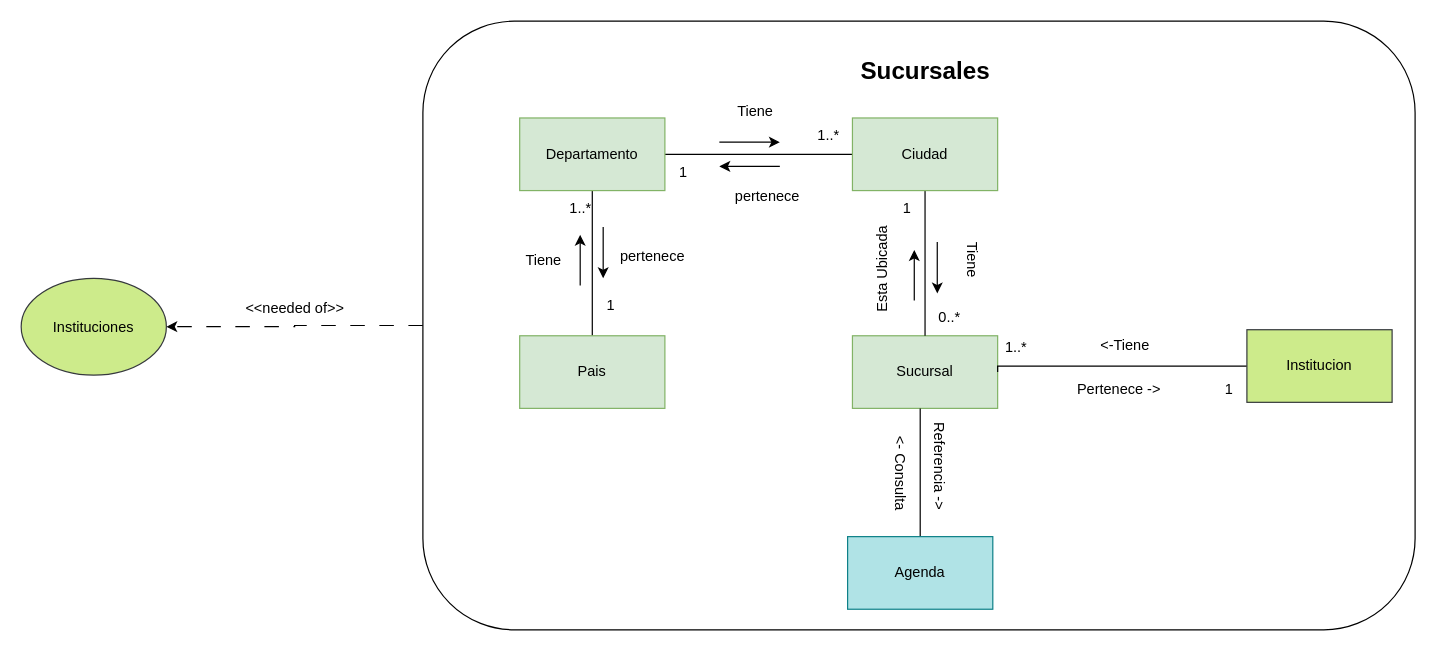
cristianospina/DOO keeps this draw.io diagram as page "4.4 Sucursales-ModeloDominioAcotado" (7 of 16) of SpaOnline/ModeloDominioSpa.drawio. Above is the earlier version. Source tidied: cells renumbered, new cells numbered last; positions are measured from the earlier drawing's top-left corner, leaving out a move shared by most shapes. Both pictures are drawn from the tidied source at 121%, with x=0, y=0 at pixel (21, 21).
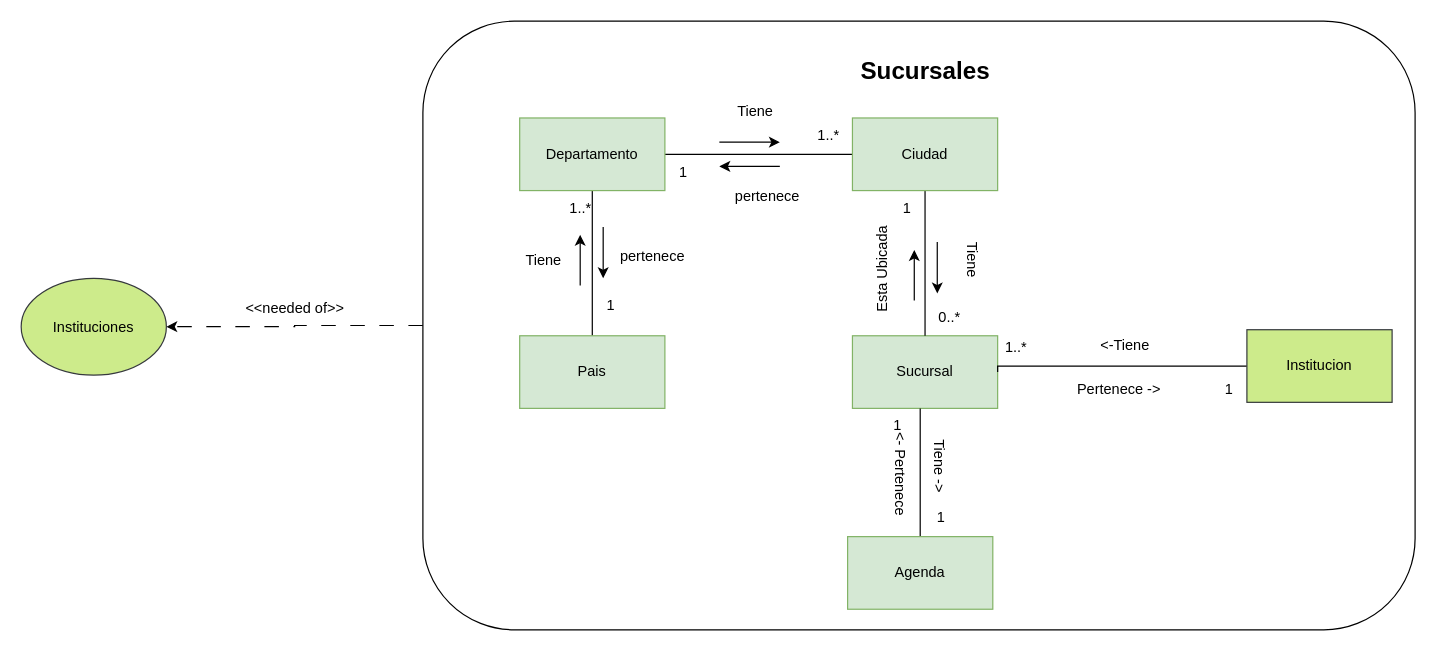
After the change.

Diff of the diagram source:
```diff
@@
-    <mxCell id="39" value="Agenda" style="rounded=0;whiteSpace=wrap;html=1;fillColor=#b0e3e6;strokeColor=#0e8088;" parent="1" vertex="1">
+    <mxCell id="39" value="Agenda" style="rounded=0;whiteSpace=wrap;html=1;fillColor=#d5e8d4;strokeColor=#82b366;" parent="1" vertex="1">
       <mxGeometry x="683" y="426" width="120" height="60" as="geometry" />
     </mxCell>
-    <mxCell id="40" value="&lt;br&gt;&amp;lt;- Consulta" style="text;html=1;align=center;verticalAlign=middle;rotation=90;fillColor=none;" parent="1" vertex="1">
-      <mxGeometry x="695" y="353" width="80" height="41" as="geometry" />
+    <mxCell id="40" value="&lt;br&gt;&amp;lt;- Pertenece" style="text;html=1;align=center;verticalAlign=middle;rotation=90;fillColor=none;" parent="1" vertex="1">
+      <mxGeometry x="692" y="353" width="87" height="41" as="geometry" />
     </mxCell>
-    <mxCell id="41" value="&lt;br&gt;Referencia -&amp;gt;" style="text;html=1;align=center;verticalAlign=middle;rotation=90;fillColor=none;" parent="1" vertex="1">
-      <mxGeometry x="722" y="347" width="90" height="41" as="geometry" />
+    <mxCell id="41" value="&lt;br&gt;Tiene -&amp;gt;" style="text;html=1;align=center;verticalAlign=middle;rotation=90;fillColor=none;" parent="1" vertex="1">
+      <mxGeometry x="736" y="347" width="62" height="41" as="geometry" />
     </mxCell>
+    <mxCell id="42" value="1" style="text;html=1;align=center;verticalAlign=middle;strokeColor=none;fillColor=none;" parent="1" vertex="1">
+      <mxGeometry x="711" y="321" width="25" height="26" as="geometry" />
+    </mxCell>
+    <mxCell id="43" value="1" style="text;html=1;align=center;verticalAlign=middle;strokeColor=none;fillColor=none;" parent="1" vertex="1">
+      <mxGeometry x="747" y="397" width="25" height="26" as="geometry" />
+    </mxCell>
```
